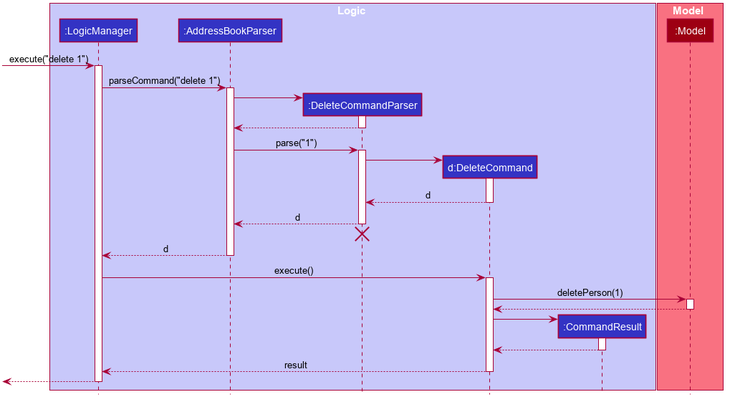
Earlier version of the PlantUML export docs/images/DeleteSequenceDiagram.png (nus-cs2103-AY2021S2/tp).
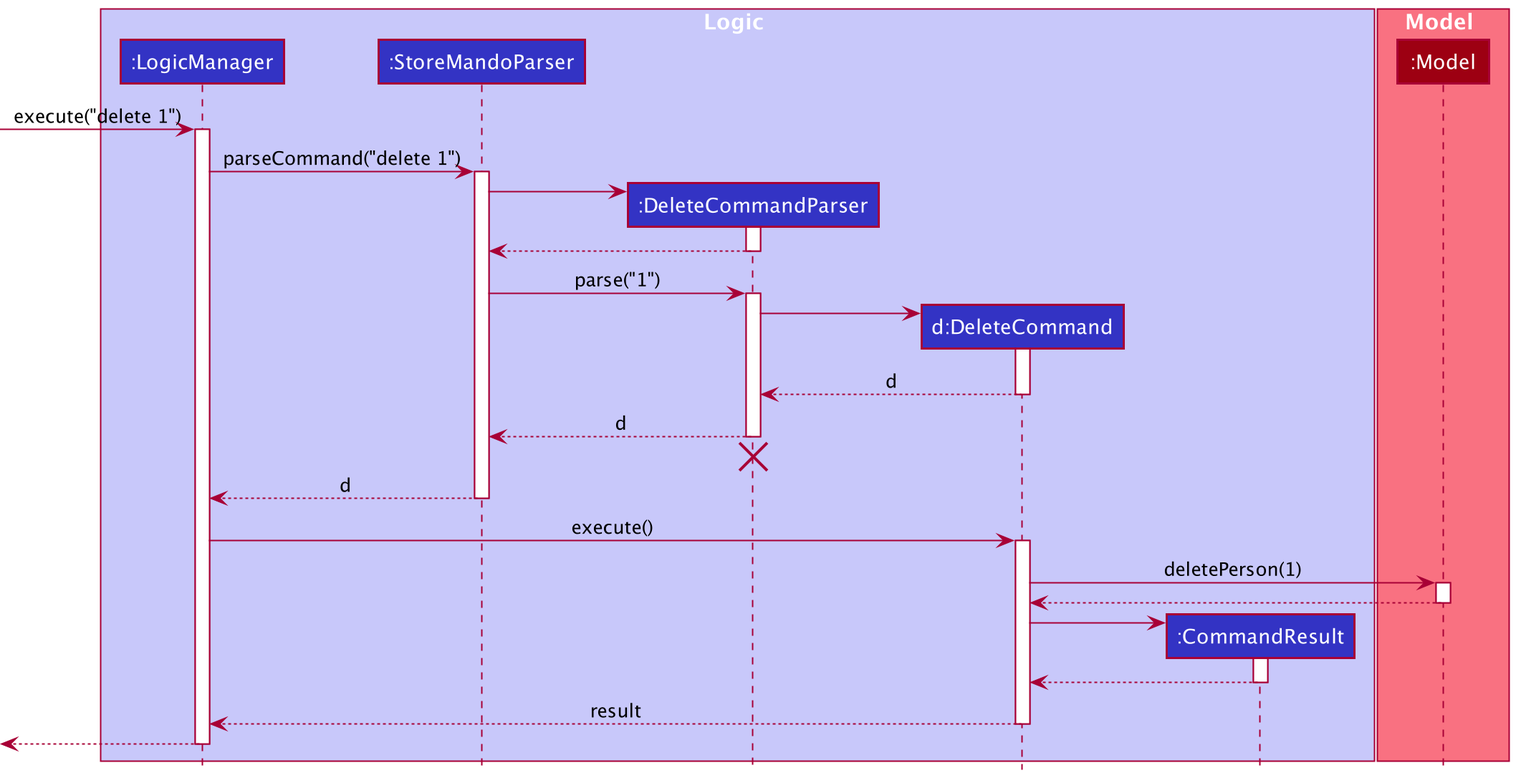
Above is the later version.

Commit message:
Update delete sequence and model class diagrams

The edit, as a diff of the source:
```diff
@@ -1,79 +1,32 @@
 @startuml
+!include style.puml
 
-
-
-
-
-
-
-
-skinparam BackgroundColor #FFFFFFF
-
-skinparam Shadowing false
-
-skinparam Class {
-    FontColor #FFFFFF
-    BorderThickness 1
-    BorderColor #FFFFFF
-    StereotypeFontColor #FFFFFF
-    FontName Arial
-}
-
-skinparam Actor {
-    BorderColor #000000
-    Color #000000
-    FontName Arial
-}
-
-skinparam Sequence {
-    MessageAlign center
-    BoxFontSize 15
-    BoxPadding 0
-    BoxFontColor #FFFFFF
-    FontName Arial
-}
-
-skinparam Participant {
-    FontColor #FFFFFFF
-    Padding 20
-}
-
-skinparam MinClassWidth 50
-skinparam ParticipantPadding 10
-skinparam Shadowing false
-skinparam DefaultTextAlignment center
-skinparam packageStyle Rectangle
-
-hide footbox
-hide members
-hide circle
-
-box Logic #C8C8FA
-participant ":LogicManager" as LogicManager #3333C4
-participant ":AddressBookParser" as AddressBookParser #3333C4
-participant ":DeleteCommandParser" as DeleteCommandParser #3333C4
-participant "d:DeleteCommand" as DeleteCommand #3333C4
-participant ":CommandResult" as CommandResult #3333C4
+box Logic LOGIC_COLOR_T1
+participant ":LogicManager" as LogicManager LOGIC_COLOR
+participant ":StoreMandoParser" as StoreMandoParser LOGIC_COLOR
+participant ":DeleteCommandParser" as DeleteCommandParser LOGIC_COLOR
+participant "d:DeleteCommand" as DeleteCommand LOGIC_COLOR
+participant ":CommandResult" as CommandResult LOGIC_COLOR
 end box
 
-box Model #F97181
-participant ":Model" as Model #9D0012
+box Model MODEL_COLOR_T1
+participant ":Model" as Model MODEL_COLOR
 end box
 
 [-> LogicManager : execute("delete 1")
 activate LogicManager
 
-LogicManager -> AddressBookParser : parseCommand("delete 1")
-activate AddressBookParser
+LogicManager -> StoreMandoParser : parseCommand("delete 1")
+activate StoreMandoParser
 
 create DeleteCommandParser
-AddressBookParser -> DeleteCommandParser
+StoreMandoParser -> DeleteCommandParser
 activate DeleteCommandParser
 
-DeleteCommandParser --> AddressBookParser
+DeleteCommandParser --> StoreMandoParser
 deactivate DeleteCommandParser
 
-AddressBookParser -> DeleteCommandParser : parse("1")
+StoreMandoParser -> DeleteCommandParser : parse("1")
 activate DeleteCommandParser
 
 create DeleteCommand
@@ -83,13 +36,13 @@
 DeleteCommand --> DeleteCommandParser : d
 deactivate DeleteCommand
 
-DeleteCommandParser --> AddressBookParser : d
+DeleteCommandParser --> StoreMandoParser : d
 deactivate DeleteCommandParser
-DeleteCommandParser -[hidden]-> AddressBookParser
+DeleteCommandParser -[hidden]-> StoreMandoParser
 destroy DeleteCommandParser
 
-AddressBookParser --> LogicManager : d
-deactivate AddressBookParser
+StoreMandoParser --> LogicManager : d
+deactivate StoreMandoParser
 
 LogicManager -> DeleteCommand : execute()
 activate DeleteCommand
```
